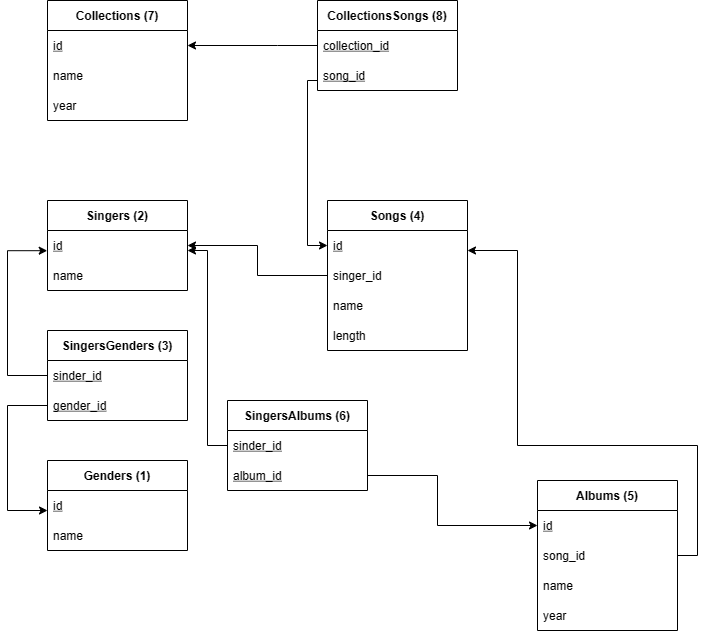
AmiSeverus/PY-files keeps this draw.io diagram as sql/task2/db_schema_new.png. Above is the earlier version. Source tidied: cells renumbered, new cells last; positions are measured from the earlier drawing's top-left corner, leaving out a move shared by most shapes. The source it was exported from:
```xml
<mxGraphModel background="#ffffff">
  <root>
    <mxCell id="0" />
    <mxCell id="1" parent="0" />
    <mxCell id="2" value="Albums (5)" style="swimlane;fontStyle=1;horizontal=1;startSize=30;" parent="1" vertex="1">
      <mxGeometry x="530" y="480" width="140" height="150" as="geometry" />
    </mxCell>
    <mxCell id="3" value="id" style="text;strokeColor=none;fillColor=none;align=left;verticalAlign=middle;spacingLeft=4;spacingRight=4;overflow=hidden;points=[[0,0.5],[1,0.5]];portConstraint=eastwest;fontStyle=4;" parent="2" vertex="1">
      <mxGeometry y="30" width="140" height="30" as="geometry" />
    </mxCell>
    <mxCell id="4" value="song_id" style="text;strokeColor=none;fillColor=none;align=left;verticalAlign=middle;spacingLeft=4;spacingRight=4;overflow=hidden;points=[[0,0.5],[1,0.5]];portConstraint=eastwest;" parent="2" vertex="1">
      <mxGeometry y="60" width="140" height="30" as="geometry" />
    </mxCell>
    <mxCell id="5" value="name" style="text;strokeColor=none;fillColor=none;align=left;verticalAlign=middle;spacingLeft=4;spacingRight=4;overflow=hidden;" parent="2" vertex="1">
      <mxGeometry y="90" width="140" height="30" as="geometry" />
    </mxCell>
    <mxCell id="6" value="year" style="text;strokeColor=none;fillColor=none;align=left;verticalAlign=middle;spacingLeft=4;spacingRight=4;overflow=hidden;" parent="2" vertex="1">
      <mxGeometry y="120" width="140" height="30" as="geometry" />
    </mxCell>
    <mxCell id="7" value="Singers (2)" style="swimlane;fontStyle=1;horizontal=1;startSize=30;" parent="1" vertex="1">
      <mxGeometry x="40" y="200" width="140" height="90" as="geometry" />
    </mxCell>
    <mxCell id="8" value="id" style="text;strokeColor=none;fillColor=none;align=left;verticalAlign=middle;spacingLeft=4;spacingRight=4;overflow=hidden;points=[[0,0.5],[1,0.5]];portConstraint=eastwest;fontStyle=4;" parent="7" vertex="1">
      <mxGeometry y="30" width="140" height="30" as="geometry" />
    </mxCell>
    <mxCell id="9" value="name" style="text;align=left;verticalAlign=middle;spacingLeft=4;spacingRight=4;overflow=hidden;" parent="7" vertex="1">
      <mxGeometry y="60" width="140" height="30" as="geometry" />
    </mxCell>
    <mxCell id="10" value="Songs (4)" style="swimlane;fontStyle=1;horizontal=1;startSize=30;" parent="1" vertex="1">
      <mxGeometry x="320" y="200" width="140" height="150" as="geometry" />
    </mxCell>
    <mxCell id="11" value="id" style="text;strokeColor=none;fillColor=none;align=left;verticalAlign=middle;spacingLeft=4;spacingRight=4;overflow=hidden;points=[[0,0.5],[1,0.5]];portConstraint=eastwest;opacity=0;fontStyle=4;" parent="10" vertex="1">
      <mxGeometry y="30" width="140" height="30" as="geometry" />
    </mxCell>
    <mxCell id="12" value="singer_id" style="text;strokeColor=none;fillColor=none;align=left;verticalAlign=middle;spacingLeft=4;spacingRight=4;overflow=hidden;points=[[0,0.5],[1,0.5]];portConstraint=eastwest;opacity=0;" parent="10" vertex="1">
      <mxGeometry y="60" width="140" height="30" as="geometry" />
    </mxCell>
    <mxCell id="13" value="name" style="text;strokeColor=none;fillColor=none;align=left;verticalAlign=middle;spacingLeft=4;spacingRight=4;overflow=hidden;" parent="10" vertex="1">
      <mxGeometry y="90" width="140" height="30" as="geometry" />
    </mxCell>
    <mxCell id="14" value="length" style="text;strokeColor=none;fillColor=#FFFFFF;align=left;verticalAlign=middle;spacingLeft=4;spacingRight=4;overflow=hidden;opacity=0;" parent="10" vertex="1">
      <mxGeometry y="120" width="140" height="30" as="geometry" />
    </mxCell>
    <mxCell id="15" style="edgeStyle=orthogonalEdgeStyle;rounded=0;jettySize=auto;html=1;entryX=1;entryY=0.5;entryDx=0;entryDy=0;" parent="1" edge="1" source="12" target="8">
      <mxGeometry relative="1" as="geometry" />
    </mxCell>
    <mxCell id="16" value="Genders (1)" style="swimlane;fontStyle=1;horizontal=1;startSize=30;" parent="1" vertex="1">
      <mxGeometry x="40" y="460" width="140" height="90" as="geometry" />
    </mxCell>
    <mxCell id="17" value="id" style="text;strokeColor=none;fillColor=none;align=left;verticalAlign=middle;spacingLeft=4;spacingRight=4;overflow=hidden;fontStyle=4;" parent="16" vertex="1">
      <mxGeometry y="30" width="140" height="30" as="geometry" />
    </mxCell>
    <mxCell id="18" value="name" style="text;align=left;verticalAlign=middle;spacingLeft=4;spacingRight=4;overflow=hidden;" parent="16" vertex="1">
      <mxGeometry y="60" width="140" height="30" as="geometry" />
    </mxCell>
    <mxCell id="19" value="SingersGenders (3)" style="swimlane;fontStyle=1;horizontal=1;startSize=30;" parent="1" vertex="1">
      <mxGeometry x="40" y="330" width="140" height="90" as="geometry" />
    </mxCell>
    <mxCell id="20" value="sinder_id" style="text;strokeColor=none;fillColor=none;align=left;verticalAlign=middle;spacingLeft=4;spacingRight=4;overflow=hidden;points=[[0,0.5],[1,0.5]];portConstraint=eastwest;fontStyle=4;" parent="19" vertex="1">
      <mxGeometry y="30" width="140" height="30" as="geometry" />
    </mxCell>
    <mxCell id="21" value="gender_id" style="text;align=left;verticalAlign=middle;spacingLeft=4;spacingRight=4;overflow=hidden;points=[[0,0.5],[1,0.5]];portConstraint=eastwest;fontStyle=4;" parent="19" vertex="1">
      <mxGeometry y="60" width="140" height="30" as="geometry" />
    </mxCell>
    <mxCell id="22" style="edgeStyle=orthogonalEdgeStyle;rounded=0;jettySize=auto;html=1;entryX=0;entryY=0.5;entryDx=0;entryDy=0;exitX=0;exitY=0.5;exitDx=0;exitDy=0;" parent="19" edge="1" source="21">
      <mxGeometry relative="1" as="geometry">
        <mxPoint y="180" as="targetPoint" />
        <Array as="points">
          <mxPoint x="-40" y="75" />
          <mxPoint x="-40" y="180" />
        </Array>
      </mxGeometry>
    </mxCell>
    <mxCell id="23" value="SingersAlbums (6)" style="swimlane;fontStyle=1;horizontal=1;startSize=30;" parent="1" vertex="1">
      <mxGeometry x="220" y="400" width="140" height="90" as="geometry" />
    </mxCell>
    <mxCell id="24" value="sinder_id" style="text;strokeColor=none;fillColor=none;align=left;verticalAlign=middle;spacingLeft=4;spacingRight=4;overflow=hidden;fontStyle=4;" parent="23" vertex="1">
      <mxGeometry y="30" width="140" height="30" as="geometry" />
    </mxCell>
    <mxCell id="25" value="album_id" style="text;align=left;verticalAlign=middle;spacingLeft=4;spacingRight=4;overflow=hidden;points=[[0,0.5],[1,0.5]];portConstraint=eastwest;fontStyle=4;" parent="23" vertex="1">
      <mxGeometry y="60" width="140" height="30" as="geometry" />
    </mxCell>
    <mxCell id="26" style="edgeStyle=orthogonalEdgeStyle;rounded=0;jettySize=auto;html=1;" parent="1" edge="1" source="23">
      <mxGeometry relative="1" as="geometry">
        <mxPoint x="180" y="250" as="targetPoint" />
        <Array as="points">
          <mxPoint x="200" y="445" />
          <mxPoint x="200" y="250" />
        </Array>
      </mxGeometry>
    </mxCell>
    <mxCell id="27" value="Collections (7)" style="swimlane;fontStyle=1;horizontal=1;startSize=30;" parent="1" vertex="1">
      <mxGeometry x="40" width="140" height="120" as="geometry" />
    </mxCell>
    <mxCell id="28" value="id" style="text;strokeColor=none;fillColor=none;align=left;verticalAlign=middle;spacingLeft=4;spacingRight=4;overflow=hidden;points=[[0,0.5],[1,0.5]];portConstraint=eastwest;opacity=0;fontStyle=4;" parent="27" vertex="1">
      <mxGeometry y="30" width="140" height="30" as="geometry" />
    </mxCell>
    <mxCell id="29" value="name" style="text;strokeColor=none;fillColor=none;align=left;verticalAlign=middle;spacingLeft=4;spacingRight=4;overflow=hidden;" parent="27" vertex="1">
      <mxGeometry y="60" width="140" height="30" as="geometry" />
    </mxCell>
    <mxCell id="30" value="year" style="text;strokeColor=none;fillColor=#FFFFFF;align=left;verticalAlign=middle;spacingLeft=4;spacingRight=4;overflow=hidden;opacity=0;" parent="27" vertex="1">
      <mxGeometry y="90" width="140" height="30" as="geometry" />
    </mxCell>
    <mxCell id="31" style="edgeStyle=orthogonalEdgeStyle;rounded=0;jettySize=auto;html=1;entryX=-0.002;entryY=0.673;entryDx=0;entryDy=0;exitX=0;exitY=0.5;exitDx=0;exitDy=0;entryPerimeter=0;" parent="1" edge="1" source="20" target="8">
      <mxGeometry relative="1" as="geometry">
        <Array as="points">
          <mxPoint y="375" />
          <mxPoint y="250" />
        </Array>
      </mxGeometry>
    </mxCell>
    <mxCell id="32" style="edgeStyle=orthogonalEdgeStyle;rounded=0;jettySize=auto;html=1;exitX=1;exitY=0.5;exitDx=0;exitDy=0;entryX=0;entryY=0.5;entryDx=0;entryDy=0;" parent="1" edge="1" source="25" target="3">
      <mxGeometry relative="1" as="geometry">
        <Array as="points">
          <mxPoint x="430" y="475" />
          <mxPoint x="430" y="525" />
        </Array>
      </mxGeometry>
    </mxCell>
    <mxCell id="33" style="edgeStyle=orthogonalEdgeStyle;rounded=0;jettySize=auto;html=1;entryX=0;entryY=0.5;entryDx=0;entryDy=0;" parent="1" edge="1" source="34" target="11">
      <mxGeometry relative="1" as="geometry">
        <Array as="points">
          <mxPoint x="300" y="80" />
          <mxPoint x="300" y="245" />
        </Array>
      </mxGeometry>
    </mxCell>
    <mxCell id="34" value="CollectionsSongs (8)" style="swimlane;fontStyle=1;horizontal=1;startSize=30;" parent="1" vertex="1">
      <mxGeometry x="310" width="140" height="90" as="geometry" />
    </mxCell>
    <mxCell id="35" value="collection_id" style="text;align=left;verticalAlign=middle;spacingLeft=4;spacingRight=4;overflow=hidden;points=[[0,0.5],[1,0.5]];portConstraint=eastwest;fontStyle=4;" parent="34" vertex="1">
      <mxGeometry y="30" width="140" height="30" as="geometry" />
    </mxCell>
    <mxCell id="36" value="song_id" style="text;strokeColor=none;fillColor=none;align=left;verticalAlign=middle;spacingLeft=4;spacingRight=4;overflow=hidden;fontStyle=4;" parent="34" vertex="1">
      <mxGeometry y="60" width="140" height="30" as="geometry" />
    </mxCell>
    <mxCell id="37" style="edgeStyle=orthogonalEdgeStyle;rounded=0;jettySize=auto;html=1;exitX=0;exitY=0.5;exitDx=0;exitDy=0;entryX=1;entryY=0.5;entryDx=0;entryDy=0;" parent="1" edge="1" source="35" target="28">
      <mxGeometry relative="1" as="geometry">
        <Array as="points">
          <mxPoint x="270" y="45" />
          <mxPoint x="270" y="45" />
        </Array>
      </mxGeometry>
    </mxCell>
    <mxCell id="38" style="edgeStyle=orthogonalEdgeStyle;rounded=0;jettySize=auto;html=1;exitX=1;exitY=0.5;exitDx=0;exitDy=0;" parent="1" edge="1" source="4" target="10">
      <mxGeometry relative="1" as="geometry">
        <Array as="points">
          <mxPoint x="690" y="555" />
          <mxPoint x="690" y="445" />
          <mxPoint x="510" y="445" />
          <mxPoint x="510" y="250" />
        </Array>
      </mxGeometry>
    </mxCell>
  </root>
</mxGraphModel>
```
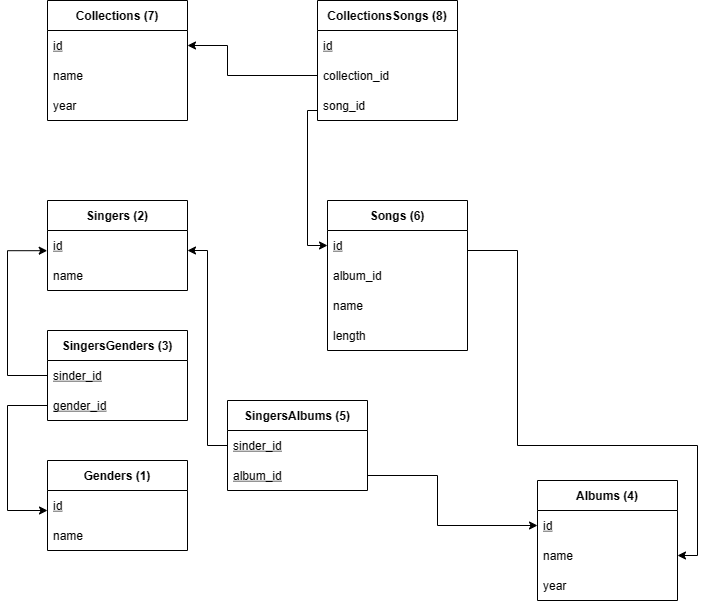
Later version of the same file.

The edit, as a diff of the source:
```diff
@@ -2,20 +2,17 @@
   <root>
     <mxCell id="0" />
     <mxCell id="1" parent="0" />
-    <mxCell id="2" value="Albums (5)" style="swimlane;fontStyle=1;horizontal=1;startSize=30;" parent="1" vertex="1">
-      <mxGeometry x="530" y="480" width="140" height="150" as="geometry" />
+    <mxCell id="2" value="Albums (4)" style="swimlane;fontStyle=1;horizontal=1;startSize=30;" parent="1" vertex="1">
+      <mxGeometry x="530" y="480" width="140" height="120" as="geometry" />
     </mxCell>
     <mxCell id="3" value="id" style="text;strokeColor=none;fillColor=none;align=left;verticalAlign=middle;spacingLeft=4;spacingRight=4;overflow=hidden;points=[[0,0.5],[1,0.5]];portConstraint=eastwest;fontStyle=4;" parent="2" vertex="1">
       <mxGeometry y="30" width="140" height="30" as="geometry" />
     </mxCell>
-    <mxCell id="4" value="song_id" style="text;strokeColor=none;fillColor=none;align=left;verticalAlign=middle;spacingLeft=4;spacingRight=4;overflow=hidden;points=[[0,0.5],[1,0.5]];portConstraint=eastwest;" parent="2" vertex="1">
-      <mxGeometry y="60" width="140" height="30" as="geometry" />
-    </mxCell>
     <mxCell id="5" value="name" style="text;strokeColor=none;fillColor=none;align=left;verticalAlign=middle;spacingLeft=4;spacingRight=4;overflow=hidden;" parent="2" vertex="1">
-      <mxGeometry y="90" width="140" height="30" as="geometry" />
+      <mxGeometry y="60" width="140" height="30" as="geometry" />
     </mxCell>
     <mxCell id="6" value="year" style="text;strokeColor=none;fillColor=none;align=left;verticalAlign=middle;spacingLeft=4;spacingRight=4;overflow=hidden;" parent="2" vertex="1">
-      <mxGeometry y="120" width="140" height="30" as="geometry" />
+      <mxGeometry y="90" width="140" height="30" as="geometry" />
     </mxCell>
     <mxCell id="7" value="Singers (2)" style="swimlane;fontStyle=1;horizontal=1;startSize=30;" parent="1" vertex="1">
       <mxGeometry x="40" y="200" width="140" height="90" as="geometry" />
@@ -26,13 +23,13 @@
     <mxCell id="9" value="name" style="text;align=left;verticalAlign=middle;spacingLeft=4;spacingRight=4;overflow=hidden;" parent="7" vertex="1">
       <mxGeometry y="60" width="140" height="30" as="geometry" />
     </mxCell>
-    <mxCell id="10" value="Songs (4)" style="swimlane;fontStyle=1;horizontal=1;startSize=30;" parent="1" vertex="1">
+    <mxCell id="10" value="Songs (6)" style="swimlane;fontStyle=1;horizontal=1;startSize=30;" parent="1" vertex="1">
       <mxGeometry x="320" y="200" width="140" height="150" as="geometry" />
     </mxCell>
     <mxCell id="11" value="id" style="text;strokeColor=none;fillColor=none;align=left;verticalAlign=middle;spacingLeft=4;spacingRight=4;overflow=hidden;points=[[0,0.5],[1,0.5]];portConstraint=eastwest;opacity=0;fontStyle=4;" parent="10" vertex="1">
       <mxGeometry y="30" width="140" height="30" as="geometry" />
     </mxCell>
-    <mxCell id="12" value="singer_id" style="text;strokeColor=none;fillColor=none;align=left;verticalAlign=middle;spacingLeft=4;spacingRight=4;overflow=hidden;points=[[0,0.5],[1,0.5]];portConstraint=eastwest;opacity=0;" parent="10" vertex="1">
+    <mxCell id="12" value="album_id" style="text;strokeColor=none;fillColor=none;align=left;verticalAlign=middle;spacingLeft=4;spacingRight=4;overflow=hidden;points=[[0,0.5],[1,0.5]];portConstraint=eastwest;opacity=0;" parent="10" vertex="1">
       <mxGeometry y="60" width="140" height="30" as="geometry" />
     </mxCell>
     <mxCell id="13" value="name" style="text;strokeColor=none;fillColor=none;align=left;verticalAlign=middle;spacingLeft=4;spacingRight=4;overflow=hidden;" parent="10" vertex="1">
@@ -41,9 +38,6 @@
     <mxCell id="14" value="length" style="text;strokeColor=none;fillColor=#FFFFFF;align=left;verticalAlign=middle;spacingLeft=4;spacingRight=4;overflow=hidden;opacity=0;" parent="10" vertex="1">
       <mxGeometry y="120" width="140" height="30" as="geometry" />
     </mxCell>
-    <mxCell id="15" style="edgeStyle=orthogonalEdgeStyle;rounded=0;jettySize=auto;html=1;entryX=1;entryY=0.5;entryDx=0;entryDy=0;" parent="1" edge="1" source="12" target="8">
-      <mxGeometry relative="1" as="geometry" />
-    </mxCell>
     <mxCell id="16" value="Genders (1)" style="swimlane;fontStyle=1;horizontal=1;startSize=30;" parent="1" vertex="1">
       <mxGeometry x="40" y="460" width="140" height="90" as="geometry" />
     </mxCell>
@@ -71,7 +65,7 @@
         </Array>
       </mxGeometry>
     </mxCell>
-    <mxCell id="23" value="SingersAlbums (6)" style="swimlane;fontStyle=1;horizontal=1;startSize=30;" parent="1" vertex="1">
+    <mxCell id="23" value="SingersAlbums (5)" style="swimlane;fontStyle=1;horizontal=1;startSize=30;" parent="1" vertex="1">
       <mxGeometry x="220" y="400" width="140" height="90" as="geometry" />
     </mxCell>
     <mxCell id="24" value="sinder_id" style="text;strokeColor=none;fillColor=none;align=left;verticalAlign=middle;spacingLeft=4;spacingRight=4;overflow=hidden;fontStyle=4;" parent="23" vertex="1">
@@ -120,35 +114,39 @@
     <mxCell id="33" style="edgeStyle=orthogonalEdgeStyle;rounded=0;jettySize=auto;html=1;entryX=0;entryY=0.5;entryDx=0;entryDy=0;" parent="1" edge="1" source="34" target="11">
       <mxGeometry relative="1" as="geometry">
         <Array as="points">
-          <mxPoint x="300" y="80" />
+          <mxPoint x="300" y="110" />
           <mxPoint x="300" y="245" />
         </Array>
       </mxGeometry>
     </mxCell>
     <mxCell id="34" value="CollectionsSongs (8)" style="swimlane;fontStyle=1;horizontal=1;startSize=30;" parent="1" vertex="1">
-      <mxGeometry x="310" width="140" height="90" as="geometry" />
+      <mxGeometry x="310" width="140" height="120" as="geometry" />
     </mxCell>
+    <mxCell id="39" value="id" style="text;strokeColor=none;fillColor=none;align=left;verticalAlign=middle;spacingLeft=4;spacingRight=4;overflow=hidden;fontStyle=4;" parent="34" vertex="1">
+      <mxGeometry y="30" width="140" height="30" as="geometry" />
+    </mxCell>
-    <mxCell id="35" value="collection_id" style="text;align=left;verticalAlign=middle;spacingLeft=4;spacingRight=4;overflow=hidden;points=[[0,0.5],[1,0.5]];portConstraint=eastwest;fontStyle=4;" parent="34" vertex="1">
-      <mxGeometry y="30" width="140" height="30" as="geometry" />
+    <mxCell id="35" value="collection_id" style="text;align=left;verticalAlign=middle;spacingLeft=4;spacingRight=4;overflow=hidden;points=[[0,0.5],[1,0.5]];portConstraint=eastwest;fontStyle=0;" parent="34" vertex="1">
+      <mxGeometry y="60" width="140" height="30" as="geometry" />
     </mxCell>
-    <mxCell id="36" value="song_id" style="text;strokeColor=none;fillColor=none;align=left;verticalAlign=middle;spacingLeft=4;spacingRight=4;overflow=hidden;fontStyle=4;" parent="34" vertex="1">
-      <mxGeometry y="60" width="140" height="30" as="geometry" />
+    <mxCell id="36" value="song_id" style="text;strokeColor=none;fillColor=none;align=left;verticalAlign=middle;spacingLeft=4;spacingRight=4;overflow=hidden;fontStyle=0;" parent="34" vertex="1">
+      <mxGeometry y="90" width="140" height="30" as="geometry" />
     </mxCell>
     <mxCell id="37" style="edgeStyle=orthogonalEdgeStyle;rounded=0;jettySize=auto;html=1;exitX=0;exitY=0.5;exitDx=0;exitDy=0;entryX=1;entryY=0.5;entryDx=0;entryDy=0;" parent="1" edge="1" source="35" target="28">
       <mxGeometry relative="1" as="geometry">
         <Array as="points">
-          <mxPoint x="270" y="45" />
-          <mxPoint x="270" y="45" />
+          <mxPoint x="220" y="75" />
+          <mxPoint x="220" y="45" />
         </Array>
       </mxGeometry>
     </mxCell>
-    <mxCell id="38" style="edgeStyle=orthogonalEdgeStyle;rounded=0;jettySize=auto;html=1;exitX=1;exitY=0.5;exitDx=0;exitDy=0;" parent="1" edge="1" source="4" target="10">
+    <mxCell id="38" style="edgeStyle=orthogonalEdgeStyle;rounded=0;jettySize=auto;html=1;" parent="1" edge="1" source="10">
       <mxGeometry relative="1" as="geometry">
+        <mxPoint x="670" y="555" as="targetPoint" />
         <Array as="points">
+          <mxPoint x="510" y="250" />
+          <mxPoint x="510" y="445" />
+          <mxPoint x="690" y="445" />
           <mxPoint x="690" y="555" />
-          <mxPoint x="690" y="445" />
-          <mxPoint x="510" y="445" />
-          <mxPoint x="510" y="250" />
         </Array>
       </mxGeometry>
     </mxCell>
```
